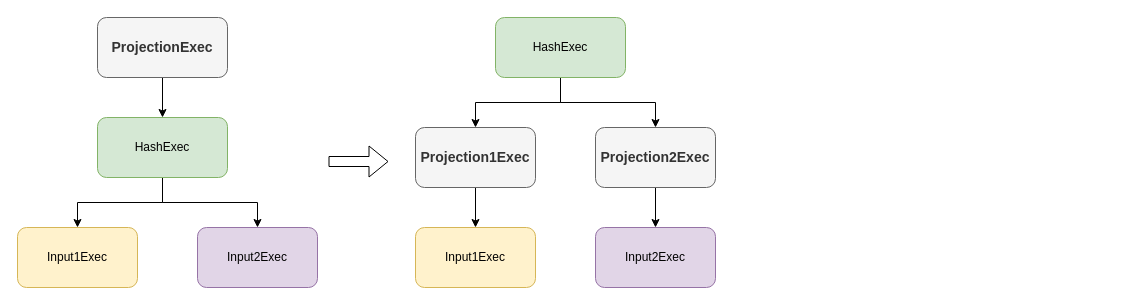
systemxlabs/systemxlabs.github.io keeps this draw.io diagram as content/blog/2025-01-13-datafusion-hash-join/datafusion-projection-pushdown-for-hash-join.drawio. Above is the earlier version. Source tidied: cells renumbered, new cells numbered last; positions are measured from the earlier drawing's top-left corner, leaving out a move shared by most shapes. Both pictures are drawn from the tidied source at 100%, with x=0, y=0 at pixel (17, 17).
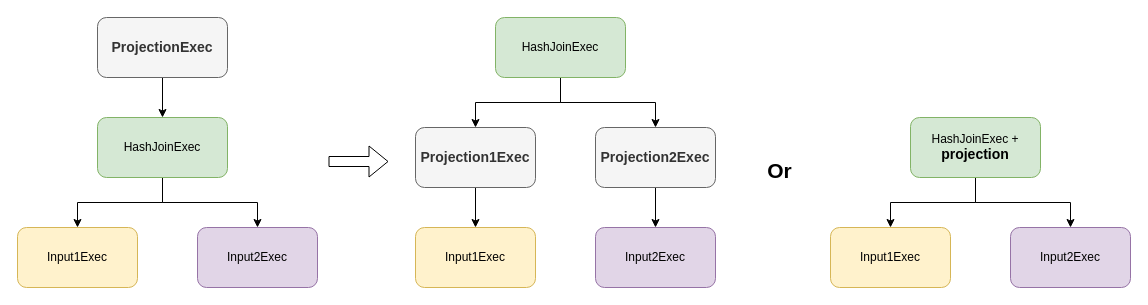
Above is the later version.

What changed in the source:
```diff
@@
-    <mxCell id="4" value="HashExec" style="rounded=1;whiteSpace=wrap;html=1;fillColor=#d5e8d4;strokeColor=#82b366;" parent="1" vertex="1">
+    <mxCell id="4" value="HashJoinExec" style="rounded=1;whiteSpace=wrap;html=1;fillColor=#d5e8d4;strokeColor=#82b366;" parent="1" vertex="1">
       <mxGeometry x="80" y="100" width="130" height="60" as="geometry" />
     </mxCell>
@@
-    <mxCell id="11" value="HashExec" style="rounded=1;whiteSpace=wrap;html=1;fillColor=#d5e8d4;strokeColor=#82b366;" parent="1" vertex="1">
+    <mxCell id="11" value="HashJoinExec" style="rounded=1;whiteSpace=wrap;html=1;fillColor=#d5e8d4;strokeColor=#82b366;" parent="1" vertex="1">
       <mxGeometry x="478" width="130" height="60" as="geometry" />
     </mxCell>
@@
+    <mxCell id="19" style="edgeStyle=orthogonalEdgeStyle;rounded=0;jettySize=auto;html=1;entryX=0.5;entryY=0;entryDx=0;entryDy=0;" parent="1" edge="1" source="21" target="22">
+      <mxGeometry relative="1" as="geometry" />
+    </mxCell>
+    <mxCell id="20" style="edgeStyle=orthogonalEdgeStyle;rounded=0;jettySize=auto;html=1;" parent="1" edge="1" source="21" target="23">
+      <mxGeometry relative="1" as="geometry" />
+    </mxCell>
+    <mxCell id="21" value="HashJoinExec + &lt;b&gt;&lt;font style=&quot;font-size: 14px;&quot;&gt;projection&lt;/font&gt;&lt;/b&gt;" style="rounded=1;whiteSpace=wrap;html=1;fillColor=#d5e8d4;strokeColor=#82b366;" parent="1" vertex="1">
+      <mxGeometry x="893" y="100" width="130" height="60" as="geometry" />
+    </mxCell>
+    <mxCell id="22" value="Input1Exec" style="rounded=1;whiteSpace=wrap;html=1;fillColor=#fff2cc;strokeColor=#d6b656;" parent="1" vertex="1">
+      <mxGeometry x="813" y="210" width="120" height="60" as="geometry" />
+    </mxCell>
+    <mxCell id="23" value="Input2Exec" style="rounded=1;whiteSpace=wrap;html=1;fillColor=#e1d5e7;strokeColor=#9673a6;" parent="1" vertex="1">
+      <mxGeometry x="993" y="210" width="120" height="60" as="geometry" />
+    </mxCell>
+    <mxCell id="24" value="Or" style="text;html=1;align=center;verticalAlign=middle;strokeColor=none;fillColor=none;fontStyle=1;fontSize=21;" parent="1" vertex="1">
+      <mxGeometry x="737" y="133" width="50" height="40" as="geometry" />
+    </mxCell>
```
